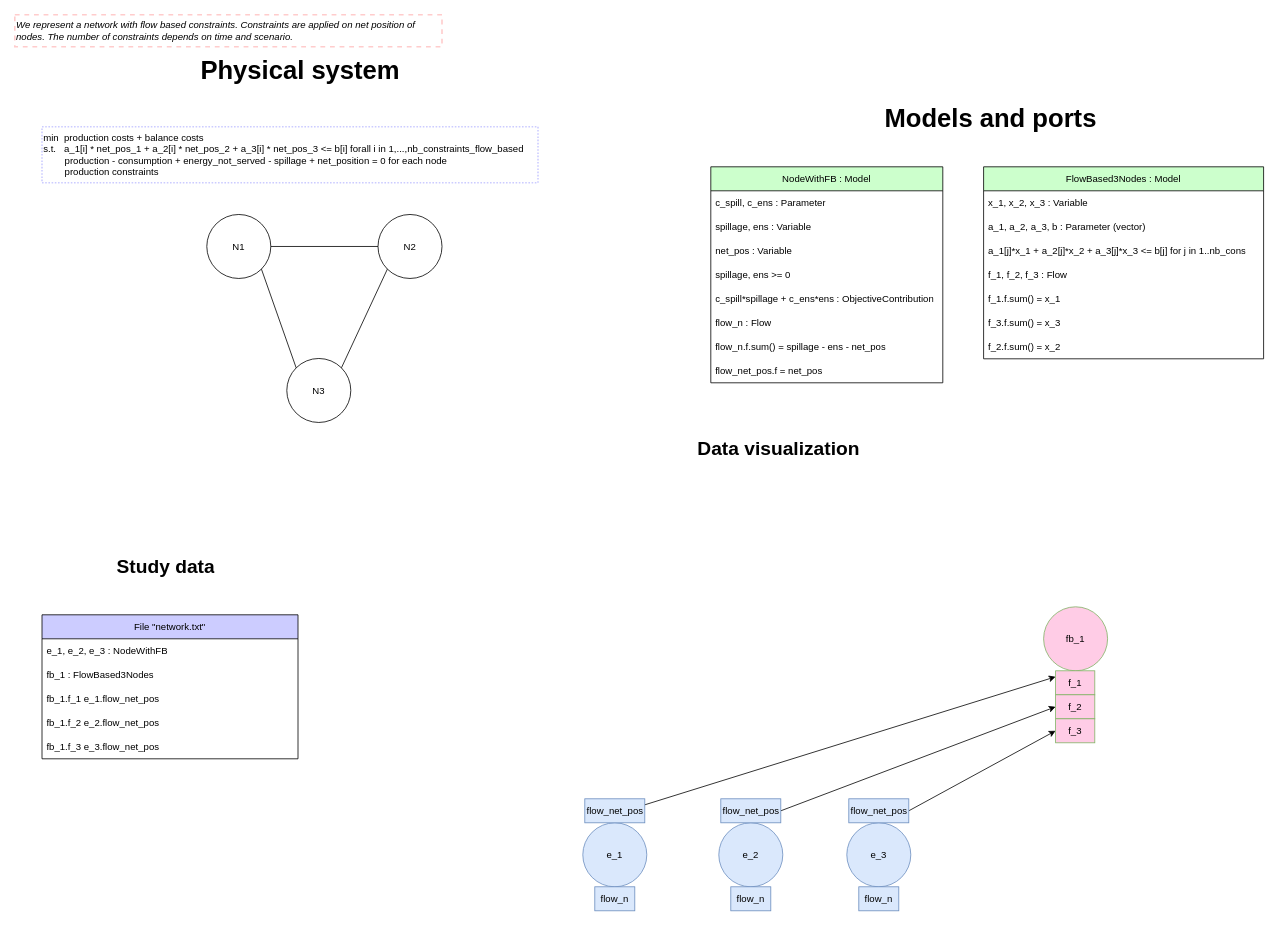
Before: page "fb_on_net_positions_1" (2 of 4) of models-design/systems/flow_based.drawio in AntaresSimulatorTeam/andromede-modeling-prototype, a draw.io diagram. Source tidied: cells renumbered, new cells numbered last; positions are measured from the earlier drawing's top-left corner, leaving out a move shared by most shapes. Both pictures are drawn from the tidied source at 80%, with x=0, y=0 at pixel (14, 14).
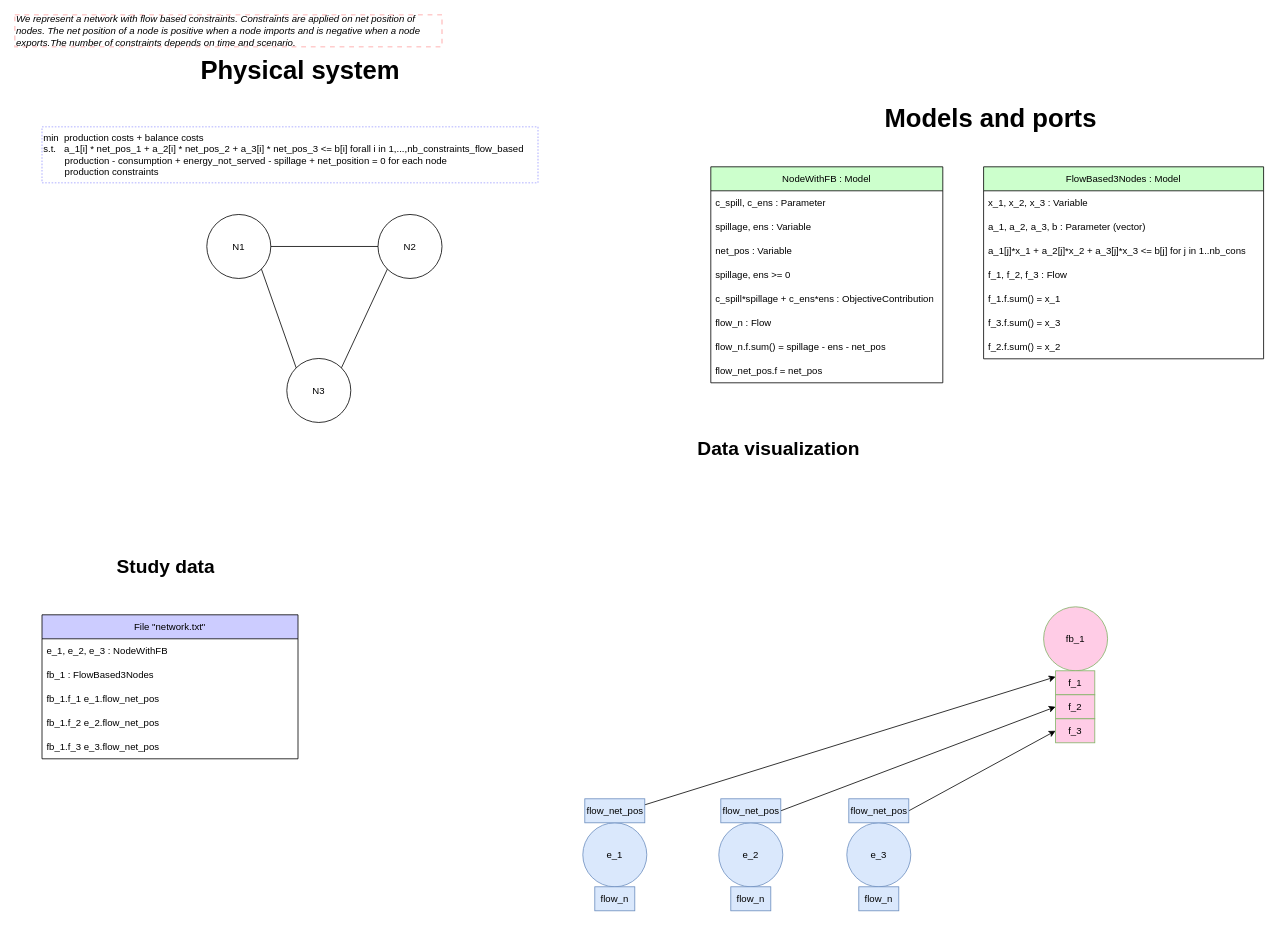
Above is the later version.

Change to the diagram source:
```diff
@@
-    <mxCell id="44" value="&lt;i&gt;We represent a network with flow based constraints. Constraints are applied on net position of nodes. The number of constraints depends on time and scenario.&lt;/i&gt;" style="text;html=1;strokeColor=#FFCCCC;fillColor=none;align=left;verticalAlign=middle;whiteSpace=wrap;rounded=0;dashed=1;strokeWidth=2;" parent="1" vertex="1">
+    <mxCell id="44" value="&lt;i&gt;We represent a network with flow based constraints. Constraints are applied on net position of nodes. The net position of a node is positive when a node imports and is negative when a node exports.The number of constraints depends on time and scenario.&lt;/i&gt;" style="text;html=1;strokeColor=#FFCCCC;fillColor=none;align=left;verticalAlign=middle;whiteSpace=wrap;rounded=0;dashed=1;strokeWidth=2;" parent="1" vertex="1">
       <mxGeometry width="534" height="40" as="geometry" />
     </mxCell>
```
